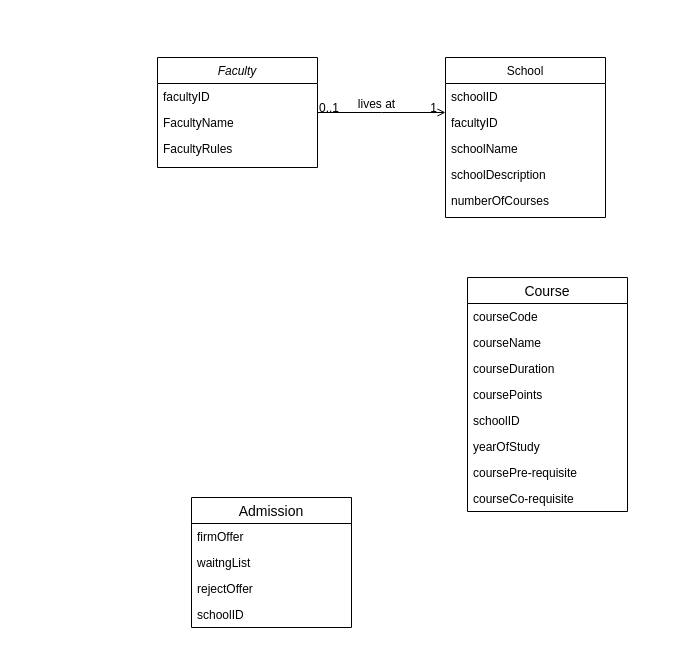
The draw.io diagram class diagram.drawio in 1395505/sudocoms3009-registration-app, before the edit. Source tidied: cells renumbered, new cells numbered last; positions are measured from the earlier drawing's top-left corner, leaving out a move shared by most shapes. Both pictures are drawn from the tidied source at 100%, with x=0, y=0 at pixel (157, 57).
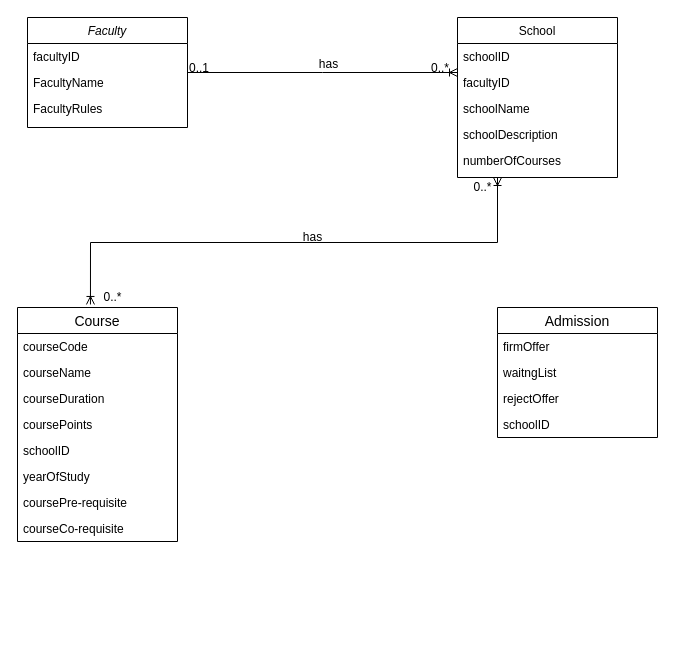
After the change.

Change to the diagram source:
```diff
@@
+    <mxCell id="12" style="endArrow=ERoneToMany;shadow=0;strokeWidth=1;strokeColor=#000000;rounded=0;endFill=0;edgeStyle=elbowEdgeStyle;elbow=vertical;" parent="1" edge="1" source="2" target="6">
+      <mxGeometry x="0.5" y="41" relative="1" as="geometry">
+        <mxPoint x="-40" y="32" as="offset" />
+      </mxGeometry>
+    </mxCell>
+    <mxCell id="13" value="0..1" style="align=left;verticalAlign=bottom;labelBackgroundColor=none;fontSize=12;" parent="12" vertex="1">
+      <mxGeometry x="-1" relative="1" as="geometry">
+        <mxPoint y="4" as="offset" />
+      </mxGeometry>
+    </mxCell>
+    <mxCell id="14" value="0..*" style="align=right;verticalAlign=bottom;labelBackgroundColor=none;fontSize=12;" parent="12" vertex="1">
+      <mxGeometry x="1" relative="1" as="geometry">
+        <mxPoint x="-7" y="4" as="offset" />
+      </mxGeometry>
+    </mxCell>
+    <mxCell id="15" value="has" style="text;html=1;align=center;verticalAlign=middle;labelBackgroundColor=none;rounded=0;shadow=0;strokeWidth=1;fontSize=12;" parent="12" vertex="1">
+      <mxGeometry x="0.5" y="49" relative="1" as="geometry">
+        <mxPoint x="-63" y="40" as="offset" />
+      </mxGeometry>
+    </mxCell>
     <mxCell id="2" value="Faculty" style="swimlane;fontStyle=2;align=center;verticalAlign=top;horizontal=1;startSize=26;rounded=0;shadow=0;strokeWidth=1;" parent="1" vertex="1">
-      <mxGeometry width="160" height="110" as="geometry" />
+      <mxGeometry x="-130" y="-40" width="160" height="110" as="geometry" />
     </mxCell>
@@
+    <mxCell id="30" style="edgeStyle=orthogonalEdgeStyle;rounded=0;jettySize=auto;html=1;exitX=0.25;exitY=1;exitDx=0;exitDy=0;entryX=0.456;entryY=-0.013;entryDx=0;entryDy=0;entryPerimeter=0;endArrow=ERoneToMany;endFill=0;startArrow=ERoneToMany;startFill=0;" parent="1" edge="1" source="6" target="16">
+      <mxGeometry relative="1" as="geometry" />
+    </mxCell>
     <mxCell id="6" value="School" style="swimlane;fontStyle=0;align=center;verticalAlign=top;horizontal=1;startSize=26;rounded=0;shadow=0;strokeWidth=1;" parent="1" vertex="1">
-      <mxGeometry x="288" width="160" height="160" as="geometry" />
+      <mxGeometry x="300" y="-40" width="160" height="160" as="geometry" />
     </mxCell>
@@
-    <mxCell id="12" style="endArrow=open;shadow=0;strokeWidth=1;strokeColor=#000000;rounded=0;endFill=1;edgeStyle=elbowEdgeStyle;elbow=vertical;" parent="1" edge="1" source="2" target="6">
-      <mxGeometry x="0.5" y="41" relative="1" as="geometry">
-        <mxPoint x="-40" y="32" as="offset" />
-      </mxGeometry>
-    </mxCell>
-    <mxCell id="13" value="0..1" style="align=left;verticalAlign=bottom;labelBackgroundColor=none;fontSize=12;" parent="12" vertex="1">
-      <mxGeometry x="-1" relative="1" as="geometry">
-        <mxPoint y="4" as="offset" />
-      </mxGeometry>
-    </mxCell>
-    <mxCell id="14" value="1" style="align=right;verticalAlign=bottom;labelBackgroundColor=none;fontSize=12;" parent="12" vertex="1">
-      <mxGeometry x="1" relative="1" as="geometry">
-        <mxPoint x="-7" y="4" as="offset" />
-      </mxGeometry>
-    </mxCell>
-    <mxCell id="15" value="lives at" style="text;html=1;align=center;verticalAlign=middle;labelBackgroundColor=none;rounded=0;shadow=0;strokeWidth=1;fontSize=12;" parent="12" vertex="1">
-      <mxGeometry x="0.5" y="49" relative="1" as="geometry">
-        <mxPoint x="-38" y="40" as="offset" />
-      </mxGeometry>
-    </mxCell>
     <mxCell id="16" value="Course" style="swimlane;fontStyle=0;horizontal=1;startSize=26;align=center;fontSize=14;" parent="1" vertex="1">
-      <mxGeometry x="310" y="220" width="160" height="234" as="geometry" />
+      <mxGeometry x="-140" y="250" width="160" height="234" as="geometry" />
     </mxCell>
@@
     <mxCell id="25" value="Admission" style="swimlane;fontStyle=0;horizontal=1;startSize=26;align=center;fontSize=14;" parent="1" vertex="1">
-      <mxGeometry x="34" y="440" width="160" height="130" as="geometry" />
+      <mxGeometry x="340" y="250" width="160" height="130" as="geometry" />
     </mxCell>
@@
+    <mxCell id="31" value="has" style="text;html=1;align=center;verticalAlign=middle;" parent="1" vertex="1">
+      <mxGeometry x="140" y="170" width="30" height="20" as="geometry" />
+    </mxCell>
+    <mxCell id="32" value="0..*" style="text;html=1;align=center;verticalAlign=middle;" parent="1" vertex="1">
+      <mxGeometry x="310" y="120" width="30" height="20" as="geometry" />
+    </mxCell>
+    <mxCell id="33" value="0..*" style="text;html=1;align=center;verticalAlign=middle;" parent="1" vertex="1">
+      <mxGeometry x="-60" y="230" width="30" height="20" as="geometry" />
+    </mxCell>
```
